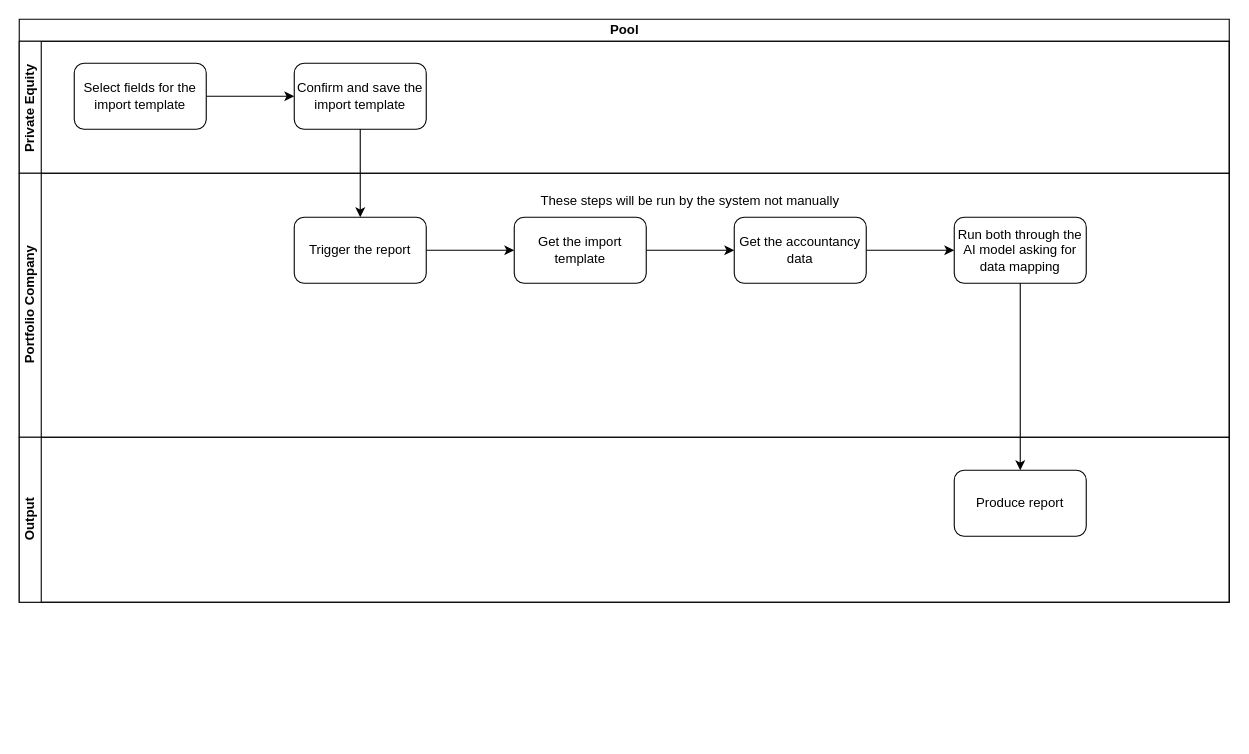
Earlier version of the draw.io diagram EdgeConnectReportingSteps.drawio (mattwatts36/drawings). Source tidied: cells renumbered, new cells numbered last; positions are measured from the earlier drawing's top-left corner, leaving out a move shared by most shapes. Both pictures are drawn from the tidied source at 110%, with x=0, y=0 at pixel (19, 19).
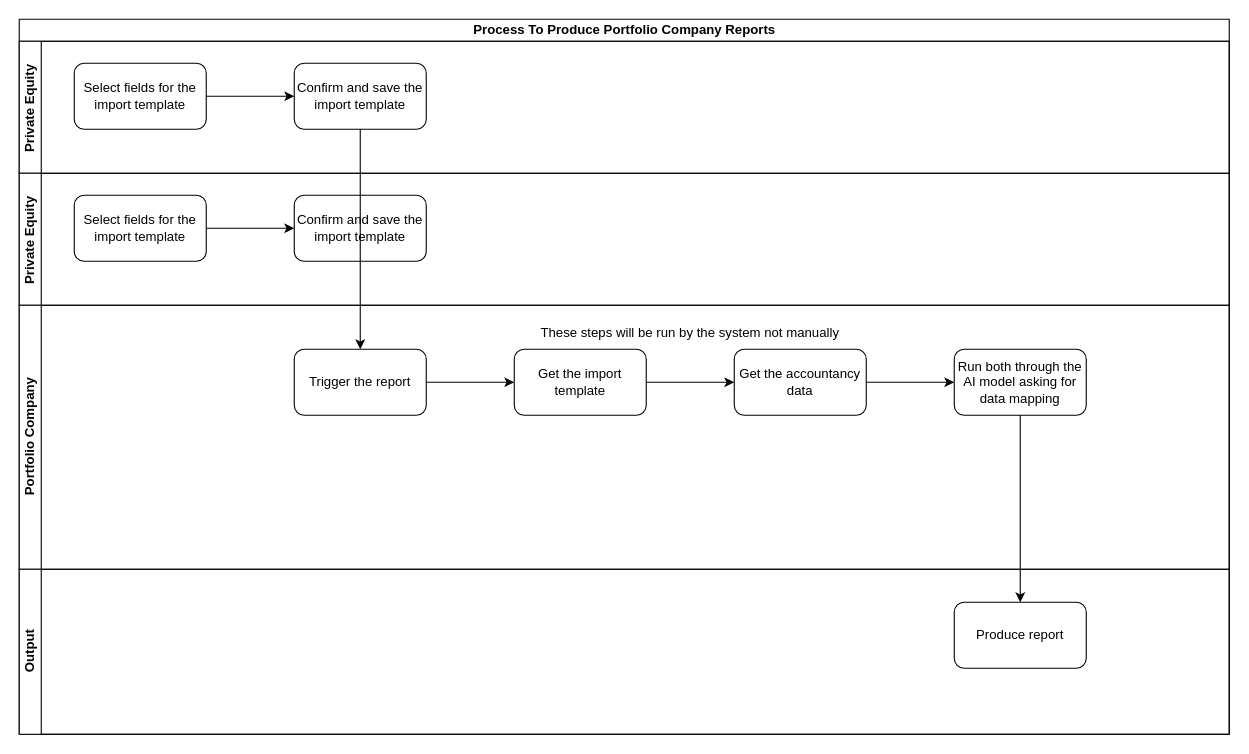
The same page after the edit.

Change to the diagram source:
```diff
@@
-    <mxCell id="2" value="Pool" style="swimlane;horizontal=1;startSize=20;html=1;" parent="1" vertex="1">
-      <mxGeometry width="1100" height="530" as="geometry" />
+    <mxCell id="2" value="Process To Produce Portfolio Company Reports" style="swimlane;horizontal=1;startSize=20;html=1;" parent="1" vertex="1">
+      <mxGeometry width="1100" height="650" as="geometry" />
     </mxCell>
@@
+    <mxCell id="20" value="Private Equity&amp;nbsp;" style="swimlane;startSize=20;horizontal=0;html=1;" parent="2" vertex="1">
+      <mxGeometry y="140" width="1100" height="120" as="geometry" />
+    </mxCell>
+    <mxCell id="21" style="edgeStyle=orthogonalEdgeStyle;rounded=0;jettySize=auto;html=1;" parent="20" edge="1" source="22" target="23">
+      <mxGeometry relative="1" as="geometry" />
+    </mxCell>
+    <mxCell id="22" value="Select fields for the import template" style="rounded=1;whiteSpace=wrap;html=1;" parent="20" vertex="1">
+      <mxGeometry x="50" y="20" width="120" height="60" as="geometry" />
+    </mxCell>
+    <mxCell id="23" value="Confirm and save the import template" style="rounded=1;whiteSpace=wrap;html=1;" parent="20" vertex="1">
+      <mxGeometry x="250" y="20" width="120" height="60" as="geometry" />
+    </mxCell>
     <mxCell id="7" value="Portfolio Company" style="swimlane;startSize=20;horizontal=0;html=1;" parent="2" vertex="1">
-      <mxGeometry y="140" width="1100" height="240" as="geometry" />
+      <mxGeometry y="260" width="1100" height="240" as="geometry" />
     </mxCell>
@@
     <mxCell id="16" value="Output" style="swimlane;startSize=20;horizontal=0;html=1;" parent="2" vertex="1">
-      <mxGeometry y="380" width="1100" height="150" as="geometry" />
+      <mxGeometry y="500" width="1100" height="150" as="geometry" />
     </mxCell>
```
